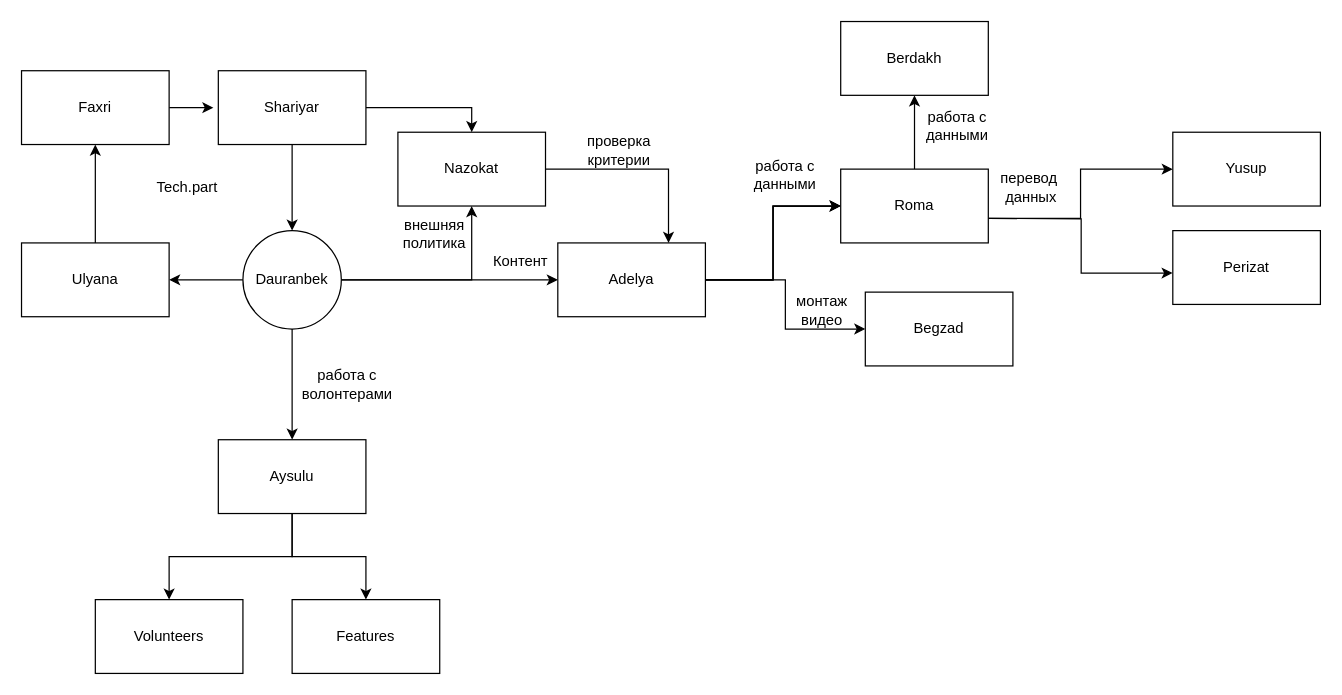
Above: Диаграмма без названия.drawio in HowkaCoder/Kiymeshek (draw.io), before the change. Source tidied: cells renumbered, new cells numbered last; positions are measured from the earlier drawing's top-left corner, leaving out a move shared by most shapes. Both pictures are drawn from the tidied source at 123%, with x=0, y=0 at pixel (21, 21).
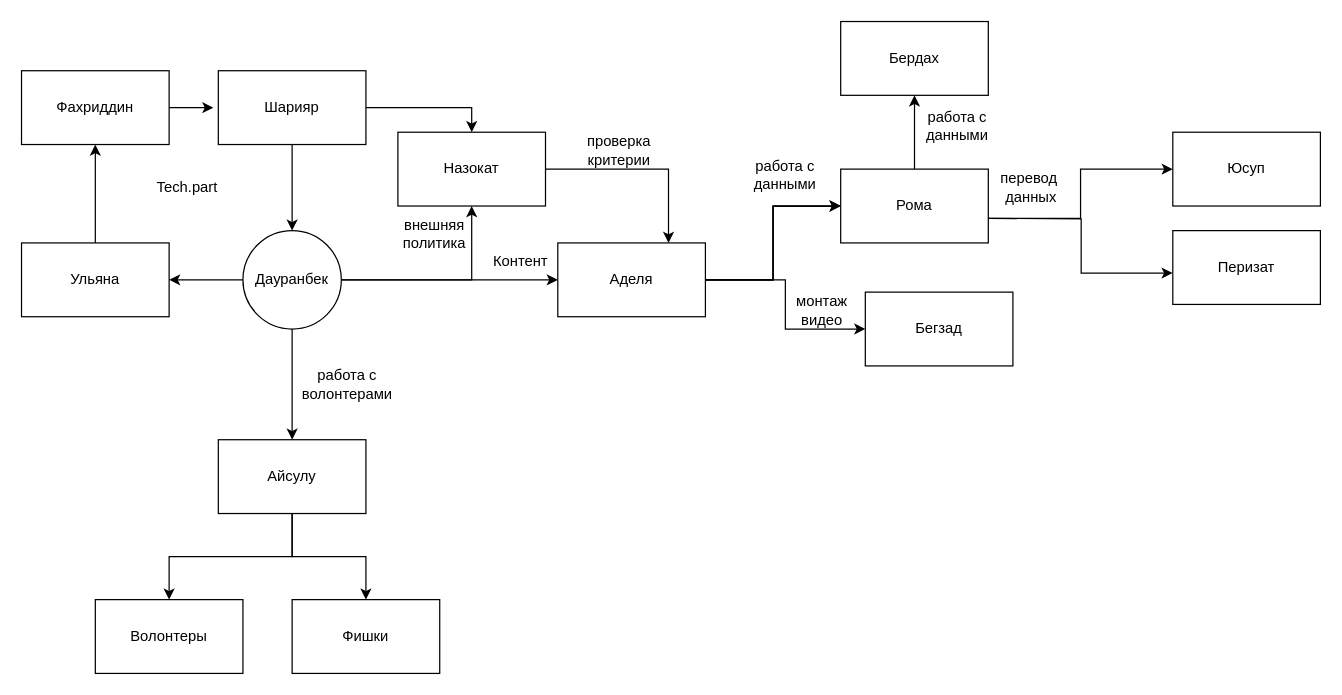
The same page after the edit.

What changed in the source:
```diff
@@
-    <mxCell id="4" value="Shariyar" style="rounded=0;whiteSpace=wrap;html=1;" parent="1" vertex="1">
+    <mxCell id="4" value="Шарияр" style="rounded=0;whiteSpace=wrap;html=1;" parent="1" vertex="1">
       <mxGeometry x="160" y="40" width="120" height="60" as="geometry" />
     </mxCell>
@@
-    <mxCell id="9" value="Dauranbek" style="ellipse;whiteSpace=wrap;html=1;rounded=0;" parent="1" vertex="1">
+    <mxCell id="9" value="Дауранбек" style="ellipse;whiteSpace=wrap;html=1;rounded=0;" parent="1" vertex="1">
       <mxGeometry x="180" y="170" width="80" height="80" as="geometry" />
     </mxCell>
@@
-    <mxCell id="14" value="Adelya" style="whiteSpace=wrap;html=1;rounded=0;" parent="1" vertex="1">
+    <mxCell id="14" value="Аделя" style="whiteSpace=wrap;html=1;rounded=0;" parent="1" vertex="1">
       <mxGeometry x="436" y="180" width="120" height="60" as="geometry" />
     </mxCell>
@@
-    <mxCell id="16" value="Nazokat" style="whiteSpace=wrap;html=1;rounded=0;" parent="1" vertex="1">
+    <mxCell id="16" value="Назокат" style="whiteSpace=wrap;html=1;rounded=0;" parent="1" vertex="1">
       <mxGeometry x="306" y="90" width="120" height="60" as="geometry" />
     </mxCell>
@@
-    <mxCell id="20" value="Roma" style="whiteSpace=wrap;html=1;rounded=0;" parent="1" vertex="1">
+    <mxCell id="20" value="Рома" style="whiteSpace=wrap;html=1;rounded=0;" parent="1" vertex="1">
       <mxGeometry x="666" y="120" width="120" height="60" as="geometry" />
     </mxCell>
-    <mxCell id="21" value="Begzad" style="whiteSpace=wrap;html=1;rounded=0;" parent="1" vertex="1">
+    <mxCell id="21" value="Бегзад" style="whiteSpace=wrap;html=1;rounded=0;" parent="1" vertex="1">
       <mxGeometry x="686" y="220" width="120" height="60" as="geometry" />
     </mxCell>
-    <mxCell id="22" value="Yusup" style="whiteSpace=wrap;html=1;rounded=0;" parent="1" vertex="1">
+    <mxCell id="22" value="Юсуп" style="whiteSpace=wrap;html=1;rounded=0;" parent="1" vertex="1">
       <mxGeometry x="936" y="90" width="120" height="60" as="geometry" />
     </mxCell>
-    <mxCell id="23" value="Perizat" style="whiteSpace=wrap;html=1;rounded=0;" parent="1" vertex="1">
+    <mxCell id="23" value="Перизат" style="whiteSpace=wrap;html=1;rounded=0;" parent="1" vertex="1">
       <mxGeometry x="936" y="170" width="120" height="60" as="geometry" />
     </mxCell>
-    <mxCell id="24" value="Berdakh" style="whiteSpace=wrap;html=1;rounded=0;" parent="1" vertex="1">
+    <mxCell id="24" value="Бердах" style="whiteSpace=wrap;html=1;rounded=0;" parent="1" vertex="1">
       <mxGeometry x="666" width="120" height="60" as="geometry" />
     </mxCell>
@@
-    <mxCell id="26" value="Ulyana" style="whiteSpace=wrap;html=1;rounded=0;" parent="1" vertex="1">
+    <mxCell id="26" value="Ульяна" style="whiteSpace=wrap;html=1;rounded=0;" parent="1" vertex="1">
       <mxGeometry y="180" width="120" height="60" as="geometry" />
     </mxCell>
@@
-    <mxCell id="28" value="Faxri" style="whiteSpace=wrap;html=1;rounded=0;" parent="1" vertex="1">
+    <mxCell id="28" value="Фахриддин" style="whiteSpace=wrap;html=1;rounded=0;" parent="1" vertex="1">
       <mxGeometry y="40" width="120" height="60" as="geometry" />
     </mxCell>
@@
-    <mxCell id="31" value="Aysulu" style="whiteSpace=wrap;html=1;rounded=0;" parent="1" vertex="1">
+    <mxCell id="31" value="Айсулу" style="whiteSpace=wrap;html=1;rounded=0;" parent="1" vertex="1">
       <mxGeometry x="160" y="340" width="120" height="60" as="geometry" />
     </mxCell>
-    <mxCell id="32" value="Volunteers" style="whiteSpace=wrap;html=1;rounded=0;" parent="1" vertex="1">
+    <mxCell id="32" value="Волонтеры" style="whiteSpace=wrap;html=1;rounded=0;" parent="1" vertex="1">
       <mxGeometry x="60" y="470" width="120" height="60" as="geometry" />
     </mxCell>
-    <mxCell id="33" value="Features" style="whiteSpace=wrap;html=1;rounded=0;" parent="1" vertex="1">
+    <mxCell id="33" value="Фишки" style="whiteSpace=wrap;html=1;rounded=0;" parent="1" vertex="1">
       <mxGeometry x="220" y="470" width="120" height="60" as="geometry" />
     </mxCell>
```
